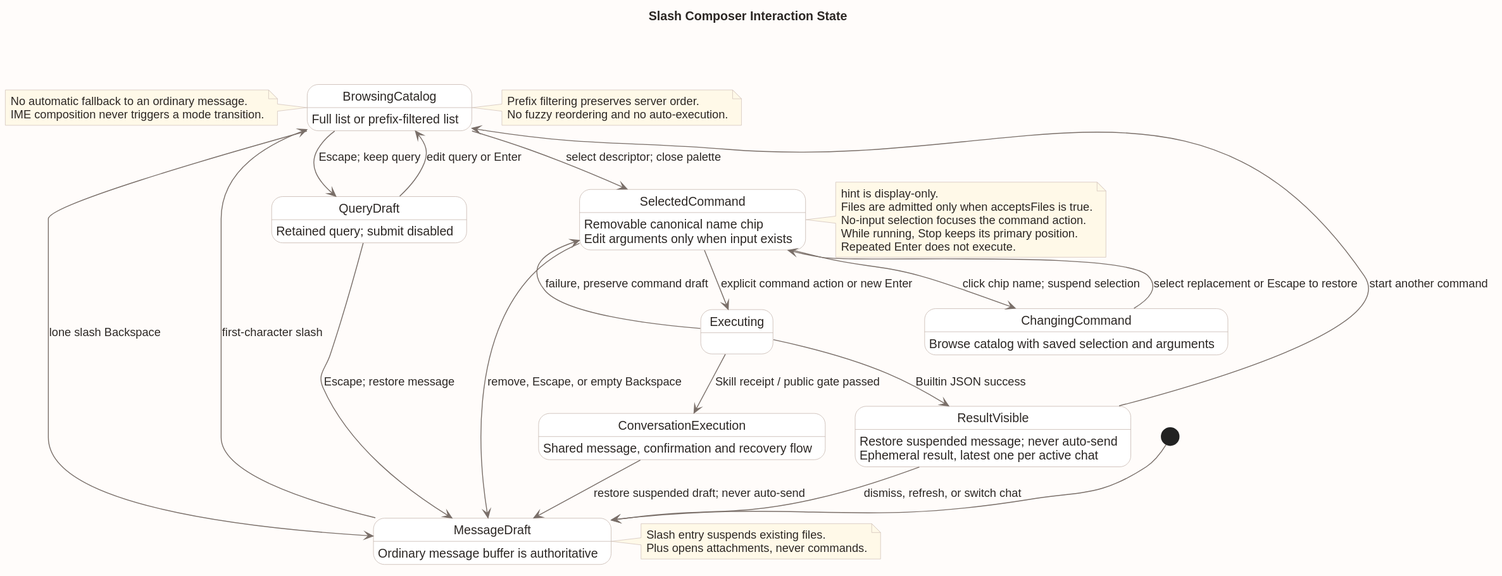
ssm0808/pi-mono-java-design keeps this PlantUML diagram as 04-命令与技能/00-Slash-Command通用模块/前端设计/slash_composer_state.svg. Above is the earlier version.
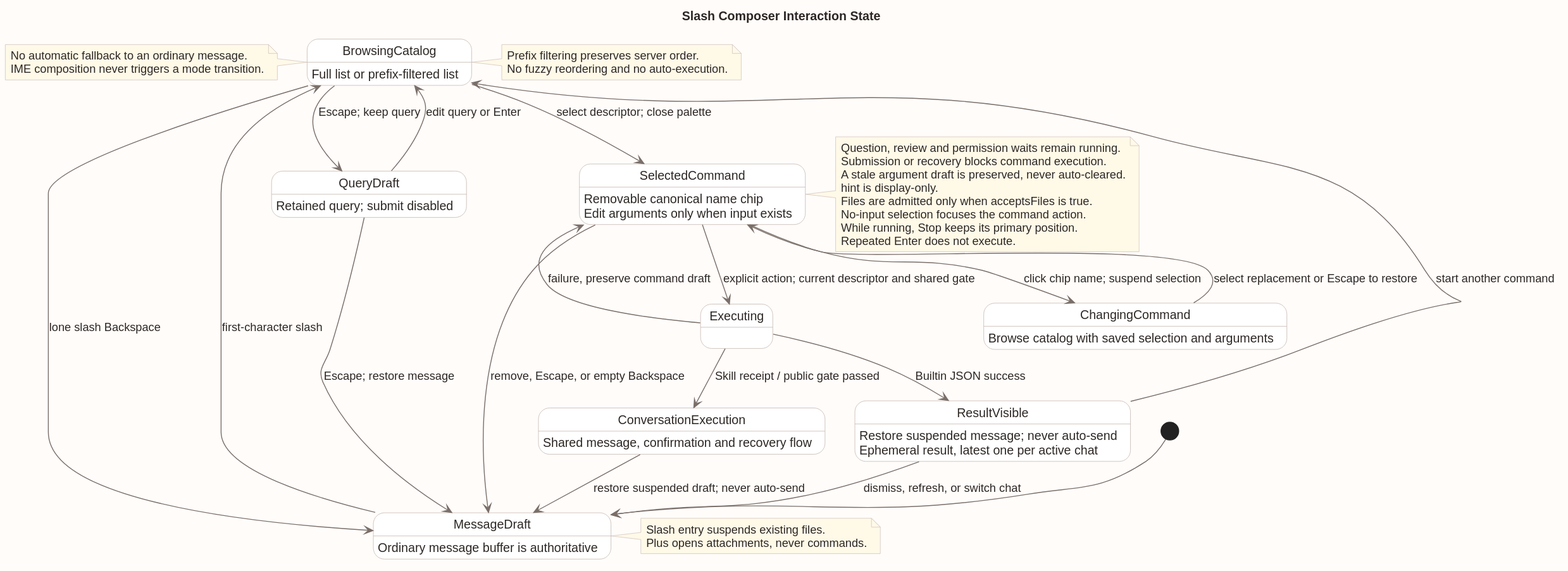
The same file after the commit.

What changed in the source:
```diff
@@ -33,7 +33,7 @@
 state SelectedCommand
 SelectedCommand : Removable canonical name chip
 SelectedCommand : Edit arguments only when input exists
-SelectedCommand --> Executing : explicit command action or new Enter
+SelectedCommand --> Executing : explicit action; current descriptor and shared gate
 SelectedCommand --> MessageDraft : remove, Escape, or empty Backspace
 SelectedCommand --> ChangingCommand : click chip name; suspend selection
 
@@ -60,6 +60,9 @@
 end note
 
 note right of SelectedCommand
+  Question, review and permission waits remain running.
+  Submission or recovery blocks command execution.
+  A stale argument draft is preserved, never auto-cleared.
   hint is display-only.
   Files are admitted only when acceptsFiles is true.
   No-input selection focuses the command action.
```
